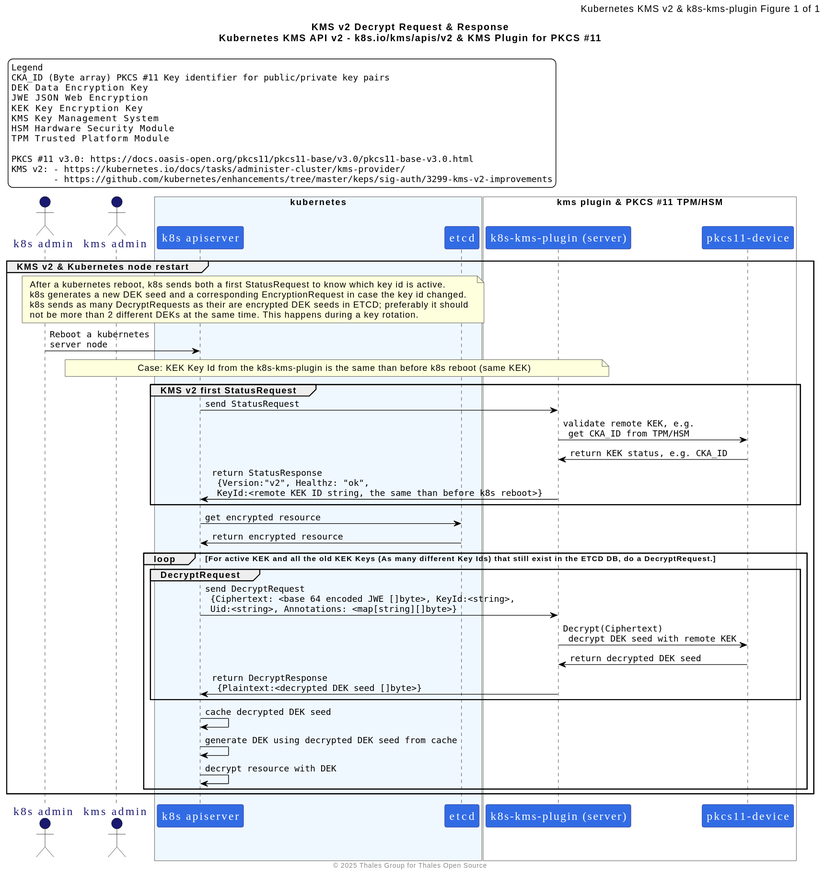
The PlantUML diagram docs/puml-diagrams/kmsv2-decryptrequest.sqce-diag.svg in ThalesGroup/k8s-kms-plugin, before a commit. Its diagram source:
```plantuml
@startuml
skinparam shadowing false


skinparam legend {
  FontSize 13
  FontName DejaVu Sans Mono
  BorderColor black
  BackgroundColor white
}

skinparam sequence {
ArrowColor Black
ActorBorderColor Black
LifeLineBorderColor Black
LifeLineBackgroundColor #A9DCDF

ParticipantBorderColor MidnightBlue
ParticipantBackgroundColor #326CE5
ParticipantFontName Impact
ParticipantFontSize 17
ParticipantFontColor white

ActorBackgroundColor MidnightBlue
ActorFontColor MidnightBlue
ActorFontSize 17
ActorFontName Aapex
}

skinparam ArrowFontName DejaVu Sans Mono


title
    KMS v2 Decrypt Request & Response
    Kubernetes KMS API v2 - k8s.io/kms/apis/v2 & KMS Plugin for PKCS #11
end title

skinparam HeaderFontSize 14
header <font color=black>Kubernetes KMS v2 & k8s-kms-plugin Figure %page% of %lastpage%</font>
footer © 2025 Thales Group for Thales Open Source

legend top left
    Legend
    CKA_ID (Byte array) PKCS #11 Key identifier for public/private key pairs
    DEK    Data Encryption Key
    JWE    JSON Web Encryption
    KEK    Key Encryption Key
    KMS    Key Management System
    HSM    Hardware Security Module
    TPM    Trusted Platform Module

    PKCS #11 v3.0: https://docs.oasis-open.org/pkcs11/pkcs11-base/v3.0/pkcs11-base-v3.0.html
    KMS v2: - https://kubernetes.io/docs/tasks/administer-cluster/kms-provider/
            - https://github.com/kubernetes/enhancements/tree/master/keps/sig-auth/3299-kms-v2-improvements
end legend


    actor "k8s admin" as k8sa
    actor "kms admin" as kmsa

    box "kubernetes" #AliceBlue
        participant "k8s apiserver" as k8sapisrv
        participant "etcd" as etcd
    end box


    box "kms plugin & PKCS #11 TPM/HSM" #fff
        participant "k8s-kms-plugin (server)" as kmsplg
        participant "pkcs11-device" as p11
    end box

    group KMS v2 & Kubernetes node restart
        note over k8sa, etcd : After a kubernetes reboot, k8s sends both a first StatusRequest to know which key id is active. \nk8s generates a new DEK seed and a corresponding EncryptionRequest in case the key id changed. \nk8s sends as many DecryptRequests as their are encrypted DEK seeds in ETCD; preferably it should \nnot be more than 2 different DEKs at the same time. This happens during a key rotation.

        k8sa -> k8sapisrv : Reboot a kubernetes \nserver node

        note over kmsa, kmsplg : Case: KEK Key Id from the k8s-kms-plugin is the same than before k8s reboot (same KEK)

            group KMS v2 first StatusRequest
                k8sapisrv -> kmsplg : send StatusRequest
                kmsplg -> p11 : validate remote KEK, e.g. \n get CKA_ID from TPM/HSM
                p11 -> kmsplg : return KEK status, e.g. CKA_ID
                kmsplg -> k8sapisrv : return StatusResponse \n {Version:"v2", Healthz: "ok", \n KeyId:<remote KEK ID string, the same than before k8s reboot>}
            end

            k8sapisrv -> etcd : get encrypted resource
            etcd -> k8sapisrv : return encrypted resource

        loop For active KEK and all the old KEK Keys (As many different Key Ids) that still exist in the ETCD DB, do a DecryptRequest.
            group DecryptRequest
                k8sapisrv -> kmsplg : send DecryptRequest \n {Ciphertext: <base 64 encoded JWE []byte>, KeyId:<string>, \n Uid:<string>, Annotations: <map[string][]byte>}
                kmsplg -> p11 : Decrypt(Ciphertext) \n decrypt DEK seed with remote KEK
                kmsplg <- p11 : return decrypted DEK seed
                kmsplg -> k8sapisrv : return DecryptResponse \n {Plaintext:<decrypted DEK seed []byte>}
            end

            k8sapisrv -> k8sapisrv : cache decrypted DEK seed
            k8sapisrv -> k8sapisrv : generate DEK using decrypted DEK seed from cache
            k8sapisrv -> k8sapisrv : decrypt resource with DEK
        end
    end
@enduml
```
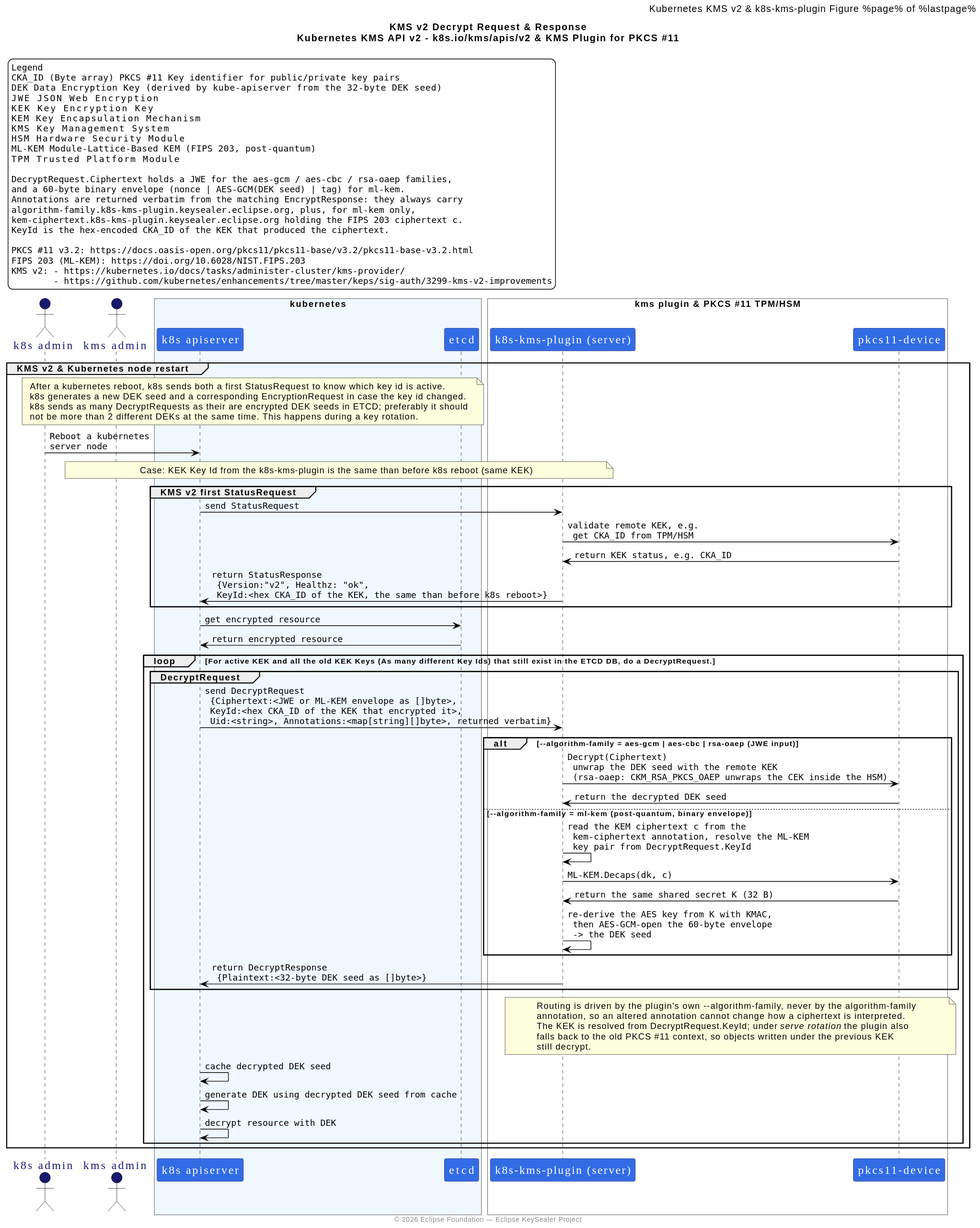
The same file after the commit.

Diff of the diagram source:
```diff
@@ -37,19 +37,29 @@
 
 skinparam HeaderFontSize 14
 header <font color=black>Kubernetes KMS v2 & k8s-kms-plugin Figure %page% of %lastpage%</font>
-footer © 2025 Thales Group for Thales Open Source
+footer © 2026 Eclipse Foundation — Eclipse KeySealer Project
 
 legend top left
     Legend
-    CKA_ID (Byte array) PKCS #11 Key identifier for public/private key pairs
-    DEK    Data Encryption Key
-    JWE    JSON Web Encryption
-    KEK    Key Encryption Key
-    KMS    Key Management System
-    HSM    Hardware Security Module
-    TPM    Trusted Platform Module
+    CKA_ID   (Byte array) PKCS #11 Key identifier for public/private key pairs
+    DEK      Data Encryption Key (derived by kube-apiserver from the 32-byte DEK seed)
+    JWE      JSON Web Encryption
+    KEK      Key Encryption Key
+    KEM      Key Encapsulation Mechanism
+    KMS      Key Management System
+    HSM      Hardware Security Module
+    ML-KEM   Module-Lattice-Based KEM (FIPS 203, post-quantum)
+    TPM      Trusted Platform Module
 
-    PKCS #11 v3.0: https://docs.oasis-open.org/pkcs11/pkcs11-base/v3.0/pkcs11-base-v3.0.html
+    DecryptRequest.Ciphertext holds a JWE for the aes-gcm / aes-cbc / rsa-oaep families,
+    and a 60-byte binary envelope (nonce | AES-GCM(DEK seed) | tag) for ml-kem.
+    Annotations are returned verbatim from the matching EncryptResponse: they always carry
+    algorithm-family.k8s-kms-plugin.keysealer.eclipse.org, plus, for ml-kem only,
+    kem-ciphertext.k8s-kms-plugin.keysealer.eclipse.org holding the FIPS 203 ciphertext c.
+    KeyId is the hex-encoded CKA_ID of the KEK that produced the ciphertext.
+
+    PKCS #11 v3.2: https://docs.oasis-open.org/pkcs11/pkcs11-base/v3.2/pkcs11-base-v3.2.html
+    FIPS 203 (ML-KEM): https://doi.org/10.6028/NIST.FIPS.203
     KMS v2: - https://kubernetes.io/docs/tasks/administer-cluster/kms-provider/
             - https://github.com/kubernetes/enhancements/tree/master/keps/sig-auth/3299-kms-v2-improvements
 end legend
@@ -80,7 +90,7 @@
                 k8sapisrv -> kmsplg : send StatusRequest
                 kmsplg -> p11 : validate remote KEK, e.g. \n get CKA_ID from TPM/HSM
                 p11 -> kmsplg : return KEK status, e.g. CKA_ID
-                kmsplg -> k8sapisrv : return StatusResponse \n {Version:"v2", Healthz: "ok", \n KeyId:<remote KEK ID string, the same than before k8s reboot>}
+                kmsplg -> k8sapisrv : return StatusResponse \n {Version:"v2", Healthz: "ok", \n KeyId:<hex CKA_ID of the KEK, the same than before k8s reboot>}
             end
 
             k8sapisrv -> etcd : get encrypted resource
@@ -88,11 +98,23 @@
 
         loop For active KEK and all the old KEK Keys (As many different Key Ids) that still exist in the ETCD DB, do a DecryptRequest.
             group DecryptRequest
-                k8sapisrv -> kmsplg : send DecryptRequest \n {Ciphertext: <base 64 encoded JWE []byte>, KeyId:<string>, \n Uid:<string>, Annotations: <map[string][]byte>}
-                kmsplg -> p11 : Decrypt(Ciphertext) \n decrypt DEK seed with remote KEK
-                kmsplg <- p11 : return decrypted DEK seed
-                kmsplg -> k8sapisrv : return DecryptResponse \n {Plaintext:<decrypted DEK seed []byte>}
+                k8sapisrv -> kmsplg : send DecryptRequest \n {Ciphertext:<JWE or ML-KEM envelope as []byte>, \n KeyId:<hex CKA_ID of the KEK that encrypted it>, \n Uid:<string>, Annotations:<map[string][]byte>, returned verbatim}
+
+                alt --algorithm-family = aes-gcm | aes-cbc | rsa-oaep (JWE input)
+                    kmsplg -> p11 : Decrypt(Ciphertext) \n unwrap the DEK seed with the remote KEK \n (rsa-oaep: CKM_RSA_PKCS_OAEP unwraps the CEK inside the HSM)
+                    kmsplg <- p11 : return the decrypted DEK seed
+
+                else --algorithm-family = ml-kem (post-quantum, binary envelope)
+                    kmsplg -> kmsplg : read the KEM ciphertext c from the \n kem-ciphertext annotation, resolve the ML-KEM \n key pair from DecryptRequest.KeyId
+                    kmsplg -> p11 : ML-KEM.Decaps(dk, c)
+                    kmsplg <- p11 : return the same shared secret K (32 B)
+                    kmsplg -> kmsplg : re-derive the AES key from K with KMAC, \n then AES-GCM-open the 60-byte envelope \n -> the DEK seed
+                end
+
+                kmsplg -> k8sapisrv : return DecryptResponse \n {Plaintext:<32-byte DEK seed as []byte>}
             end
+
+            note over kmsplg, p11 : Routing is driven by the plugin's own ~--algorithm-family, never by the algorithm-family \nannotation, so an altered annotation cannot change how a ciphertext is interpreted. \nThe KEK is resolved from DecryptRequest.KeyId; under //serve rotation// the plugin also \nfalls back to the old PKCS #11 context, so objects written under the previous KEK \nstill decrypt.
 
             k8sapisrv -> k8sapisrv : cache decrypted DEK seed
             k8sapisrv -> k8sapisrv : generate DEK using decrypted DEK seed from cache
```
